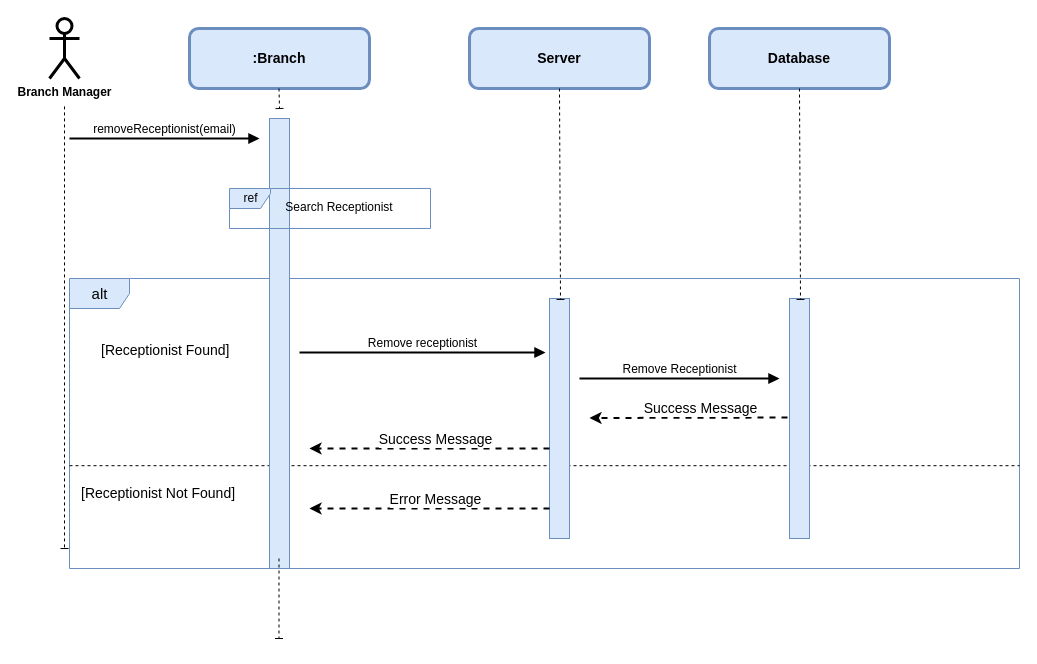
Above: UseCase_Diagram/Dagim/removeReceptionist.dio in Nama21yo/SDS-EMR (draw.io), before the change. Source tidied: cells renumbered, new cells numbered last; positions are measured from the earlier drawing's top-left corner, leaving out a move shared by most shapes. Both pictures are drawn from the tidied source at 100%, with x=0, y=0 at pixel (49, 18).
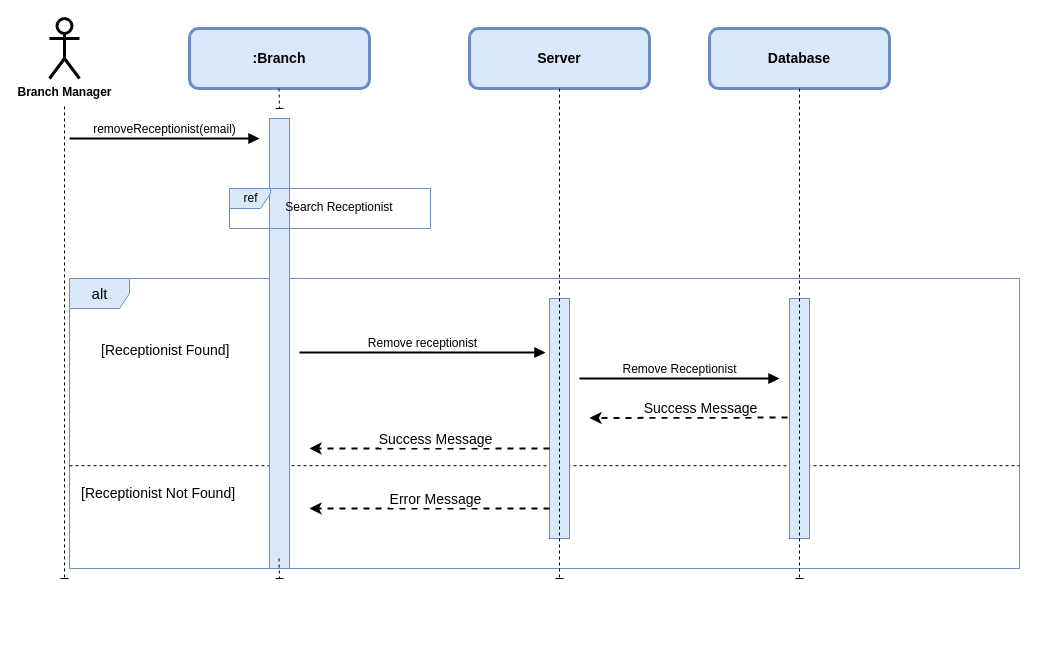
The same diagram, later.

Unchanged cells that the change refers to:
```xml
<mxCell id="11" style="html=1;points=[];perimeter=orthogonalPerimeter;fontSize=12;fillColor=#dae8fc;strokeColor=#6c8ebf;" parent="6" vertex="1">
  <mxGeometry x="480" y="20" width="20" height="240" as="geometry" />
</mxCell>
<mxCell id="24" value="&lt;span style=&quot;font-size: 14px;&quot;&gt;&lt;b&gt;Server&lt;/b&gt;&lt;/span&gt;" style="rounded=1;whiteSpace=wrap;html=1;strokeWidth=3;fillColor=#dae8fc;strokeColor=#6c8ebf;" parent="1" vertex="1">
  <mxGeometry x="420" y="10" width="180" height="60" as="geometry" />
</mxCell>
<mxCell id="26" style="html=1;points=[];perimeter=orthogonalPerimeter;fontSize=12;fillColor=#dae8fc;strokeColor=#6c8ebf;" parent="1" vertex="1">
  <mxGeometry x="740" y="280" width="20" height="240" as="geometry" />
</mxCell>
<mxCell id="27" value="&lt;span style=&quot;font-size: 14px;&quot;&gt;&lt;b&gt;Database&lt;/b&gt;&lt;/span&gt;" style="rounded=1;whiteSpace=wrap;html=1;strokeWidth=3;fillColor=#dae8fc;strokeColor=#6c8ebf;" parent="1" vertex="1">
  <mxGeometry x="660" y="10" width="180" height="60" as="geometry" />
</mxCell>
```

What changed in the source:
```diff
@@
-<mxGraphModel>
+<mxGraphModel background="#ffffff">
@@
     <mxCell id="5" style="edgeStyle=none;html=1;dashed=1;strokeWidth=1;endArrow=baseDash;endFill=0;" parent="1" edge="1">
       <mxGeometry relative="1" as="geometry">
         <mxPoint x="15" y="87.9" as="sourcePoint" />
-        <mxPoint x="15" y="530" as="targetPoint" />
+        <mxPoint x="15" y="560" as="targetPoint" />
       </mxGeometry>
     </mxCell>
@@
     <mxCell id="23" style="edgeStyle=none;html=1;dashed=1;strokeWidth=1;endArrow=baseDash;endFill=0;startArrow=none;" parent="1" edge="1">
       <mxGeometry relative="1" as="geometry">
         <mxPoint x="229.5" y="540" as="sourcePoint" />
-        <mxPoint x="229.5" y="620" as="targetPoint" />
+        <mxPoint x="230" y="560" as="targetPoint" />
       </mxGeometry>
     </mxCell>
@@
-    <mxCell id="25" style="edgeStyle=none;html=1;dashed=1;strokeWidth=1;endArrow=baseDash;endFill=0;startArrow=none;entryX=0.55;entryY=0.004;entryDx=0;entryDy=0;entryPerimeter=0;exitX=0.5;exitY=1;exitDx=0;exitDy=0;" parent="1" edge="1" source="24" target="11">
-      <mxGeometry relative="1" as="geometry" />
+    <mxCell id="25" style="edgeStyle=none;html=1;dashed=1;strokeWidth=1;endArrow=baseDash;endFill=0;startArrow=none;exitX=0.5;exitY=1;exitDx=0;exitDy=0;" parent="1" edge="1" source="24">
+      <mxGeometry relative="1" as="geometry">
+        <mxPoint x="510" y="560" as="targetPoint" />
+      </mxGeometry>
     </mxCell>
@@
-    <mxCell id="28" style="edgeStyle=none;html=1;dashed=1;strokeWidth=1;endArrow=baseDash;endFill=0;startArrow=none;entryX=0.55;entryY=0.004;entryDx=0;entryDy=0;entryPerimeter=0;exitX=0.5;exitY=1;exitDx=0;exitDy=0;" parent="1" edge="1" source="27" target="26">
-      <mxGeometry relative="1" as="geometry" />
+    <mxCell id="28" style="edgeStyle=none;html=1;dashed=1;strokeWidth=1;endArrow=baseDash;endFill=0;startArrow=none;exitX=0.5;exitY=1;exitDx=0;exitDy=0;" parent="1" edge="1" source="27">
+      <mxGeometry relative="1" as="geometry">
+        <mxPoint x="750" y="560" as="targetPoint" />
+      </mxGeometry>
     </mxCell>
```
